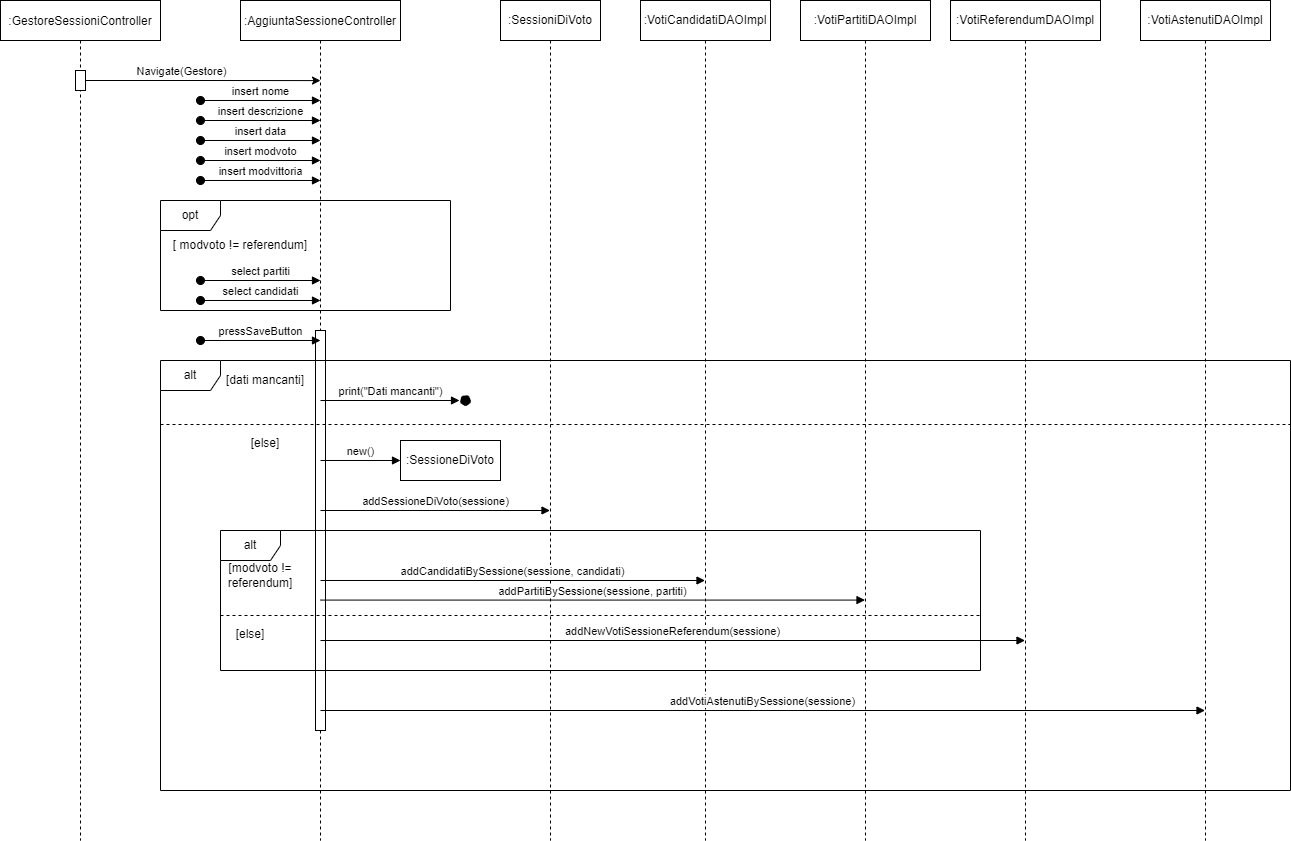
Before: docs/Images Diagrams/SeqDiagram AggiuntaSessione Image.png, a diagram exported from draw.io (gbrsni/votoElettronico). Source tidied: cells renumbered, new cells last; positions are measured from the earlier drawing's top-left corner, leaving out a move shared by most shapes. Its diagram source:
```xml
<mxGraphModel>
  <root>
    <mxCell id="0" />
    <mxCell id="1" parent="0" />
    <mxCell id="2" value=":GestoreSessioniController" style="shape=umlLifeline;perimeter=lifelinePerimeter;rounded=0;shadow=0;strokeWidth=1;" parent="1" vertex="1">
      <mxGeometry width="160" height="840" as="geometry" />
    </mxCell>
    <mxCell id="3" style="points=[];perimeter=orthogonalPerimeter;rounded=0;shadow=0;strokeWidth=1;" parent="2" vertex="1">
      <mxGeometry x="75" y="70" width="10" height="20" as="geometry" />
    </mxCell>
    <mxCell id="4" value=":AggiuntaSessioneController" style="shape=umlLifeline;perimeter=lifelinePerimeter;rounded=0;shadow=0;strokeWidth=1;" parent="1" vertex="1">
      <mxGeometry x="240" width="160" height="840" as="geometry" />
    </mxCell>
    <mxCell id="5" value="insert nome" style="html=1;verticalAlign=bottom;startArrow=oval;startFill=1;endArrow=block;startSize=8;rounded=0;" parent="4" edge="1">
      <mxGeometry relative="1" as="geometry">
        <mxPoint x="-40" y="100" as="sourcePoint" />
        <mxPoint x="80" y="100" as="targetPoint" />
      </mxGeometry>
    </mxCell>
    <mxCell id="6" value="insert descrizione" style="html=1;verticalAlign=bottom;startArrow=oval;startFill=1;endArrow=block;startSize=8;rounded=0;" parent="4" edge="1">
      <mxGeometry relative="1" as="geometry">
        <mxPoint x="-40" y="120" as="sourcePoint" />
        <mxPoint x="80" y="120" as="targetPoint" />
      </mxGeometry>
    </mxCell>
    <mxCell id="7" value="insert data" style="html=1;verticalAlign=bottom;startArrow=oval;startFill=1;endArrow=block;startSize=8;rounded=0;" parent="4" edge="1">
      <mxGeometry relative="1" as="geometry">
        <mxPoint x="-40" y="140" as="sourcePoint" />
        <mxPoint x="80" y="140" as="targetPoint" />
      </mxGeometry>
    </mxCell>
    <mxCell id="8" value="insert modvoto" style="html=1;verticalAlign=bottom;startArrow=oval;startFill=1;endArrow=block;startSize=8;rounded=0;" parent="4" edge="1">
      <mxGeometry relative="1" as="geometry">
        <mxPoint x="-40" y="160" as="sourcePoint" />
        <mxPoint x="80" y="160" as="targetPoint" />
      </mxGeometry>
    </mxCell>
    <mxCell id="9" value="insert modvittoria" style="html=1;verticalAlign=bottom;startArrow=oval;startFill=1;endArrow=block;startSize=8;rounded=0;" parent="4" edge="1">
      <mxGeometry relative="1" as="geometry">
        <mxPoint x="-40" y="180" as="sourcePoint" />
        <mxPoint x="80" y="180" as="targetPoint" />
      </mxGeometry>
    </mxCell>
    <mxCell id="10" style="html=1;perimeter=orthogonalPerimeter;" parent="4" vertex="1">
      <mxGeometry x="75" y="330" width="10" height="400" as="geometry" />
    </mxCell>
    <mxCell id="11" style="edgeStyle=orthogonalEdgeStyle;rounded=0;jettySize=auto;html=1;entryX=0.5;entryY=0.063;entryDx=0;entryDy=0;entryPerimeter=0;" parent="1" edge="1" source="3">
      <mxGeometry relative="1" as="geometry">
        <mxPoint x="320" y="80.1" as="targetPoint" />
      </mxGeometry>
    </mxCell>
    <mxCell id="12" value="Navigate(Gestore)" style="edgeLabel;html=1;align=center;verticalAlign=middle;" parent="11" vertex="1">
      <mxGeometry x="-0.2" y="2" relative="1" as="geometry">
        <mxPoint x="1" y="-8" as="offset" />
      </mxGeometry>
    </mxCell>
    <mxCell id="13" value="opt" style="shape=umlFrame;whiteSpace=wrap;html=1;" parent="1" vertex="1">
      <mxGeometry x="160" y="200" width="290" height="110" as="geometry" />
    </mxCell>
    <mxCell id="14" value="[ modvoto != referendum]" style="text;html=1;strokeColor=none;fillColor=none;align=center;verticalAlign=middle;whiteSpace=wrap;rounded=0;" parent="1" vertex="1">
      <mxGeometry x="170" y="230" width="140" height="30" as="geometry" />
    </mxCell>
    <mxCell id="15" value="select partiti" style="html=1;verticalAlign=bottom;startArrow=oval;startFill=1;endArrow=block;startSize=8;rounded=0;" parent="1" edge="1">
      <mxGeometry relative="1" as="geometry">
        <mxPoint x="200" y="280" as="sourcePoint" />
        <mxPoint x="320" y="280" as="targetPoint" />
      </mxGeometry>
    </mxCell>
    <mxCell id="16" value="select candidati" style="html=1;verticalAlign=bottom;startArrow=oval;startFill=1;endArrow=block;startSize=8;rounded=0;" parent="1" edge="1">
      <mxGeometry relative="1" as="geometry">
        <mxPoint x="200" y="300" as="sourcePoint" />
        <mxPoint x="320" y="300" as="targetPoint" />
      </mxGeometry>
    </mxCell>
    <mxCell id="17" value="pressSaveButton" style="html=1;verticalAlign=bottom;startArrow=oval;startFill=1;endArrow=block;startSize=8;rounded=0;" parent="1" edge="1">
      <mxGeometry relative="1" as="geometry">
        <mxPoint x="200" y="340" as="sourcePoint" />
        <mxPoint x="320" y="340" as="targetPoint" />
      </mxGeometry>
    </mxCell>
    <mxCell id="18" value="alt" style="shape=umlFrame;whiteSpace=wrap;html=1;" parent="1" vertex="1">
      <mxGeometry x="160" y="360" width="1130" height="430" as="geometry" />
    </mxCell>
    <mxCell id="19" value="[dati mancanti]" style="text;html=1;strokeColor=none;fillColor=none;align=center;verticalAlign=middle;whiteSpace=wrap;rounded=0;" parent="1" vertex="1">
      <mxGeometry x="220" y="365" width="90" height="30" as="geometry" />
    </mxCell>
    <mxCell id="20" value="print(&quot;Dati mancanti&quot;)" style="html=1;verticalAlign=bottom;endArrow=block;rounded=0;" parent="1" edge="1">
      <mxGeometry relative="1" as="geometry">
        <mxPoint x="320" y="400" as="sourcePoint" />
        <mxPoint x="459" y="400" as="targetPoint" />
      </mxGeometry>
    </mxCell>
    <mxCell id="21" style="line;strokeWidth=1;fillColor=none;align=left;verticalAlign=middle;spacingTop=-1;spacingLeft=3;spacingRight=3;labelPosition=right;dashed=1;" parent="1" vertex="1">
      <mxGeometry x="160" y="420" width="1130" height="8" as="geometry" />
    </mxCell>
    <mxCell id="22" value="[else]" style="text;html=1;strokeColor=none;fillColor=none;align=center;verticalAlign=middle;whiteSpace=wrap;rounded=0;" parent="1" vertex="1">
      <mxGeometry x="220" y="428" width="90" height="30" as="geometry" />
    </mxCell>
    <mxCell id="23" style="ellipse;whiteSpace=wrap;html=1;dashed=1;fillColor=#000000;" parent="1" vertex="1">
      <mxGeometry x="460" y="395" width="10" height="10" as="geometry" />
    </mxCell>
    <mxCell id="24" value="new()" style="html=1;verticalAlign=bottom;endArrow=block;rounded=0;" parent="1" edge="1">
      <mxGeometry relative="1" as="geometry">
        <mxPoint x="320" y="460" as="sourcePoint" />
        <mxPoint x="400" y="460" as="targetPoint" />
      </mxGeometry>
    </mxCell>
    <mxCell id="25" value=":SessioneDiVoto" style="shape=umlLifeline;perimeter=lifelinePerimeter;whiteSpace=wrap;html=1;fillColor=#FFFFFF;" parent="1" vertex="1">
      <mxGeometry x="400" y="440" width="100" height="40" as="geometry" />
    </mxCell>
    <mxCell id="26" value=":SessioniDiVoto" style="shape=umlLifeline;perimeter=lifelinePerimeter;whiteSpace=wrap;html=1;outlineConnect=0;fillColor=#FFFFFF;" parent="1" vertex="1">
      <mxGeometry x="500" width="100" height="840" as="geometry" />
    </mxCell>
    <mxCell id="27" value="addSessioneDiVoto(sessione)" style="html=1;verticalAlign=bottom;endArrow=block;rounded=0;" parent="1" edge="1" target="26">
      <mxGeometry relative="1" as="geometry">
        <mxPoint x="320" y="510" as="sourcePoint" />
      </mxGeometry>
    </mxCell>
    <mxCell id="28" value="alt" style="shape=umlFrame;whiteSpace=wrap;html=1;fillColor=#FFFFFF;" parent="1" vertex="1">
      <mxGeometry x="220" y="530" width="760" height="140" as="geometry" />
    </mxCell>
    <mxCell id="29" value="[modvoto != referendum]" style="text;html=1;strokeColor=none;fillColor=none;align=center;verticalAlign=middle;whiteSpace=wrap;rounded=0;" parent="1" vertex="1">
      <mxGeometry x="220" y="560" width="80" height="30" as="geometry" />
    </mxCell>
    <mxCell id="30" value=":VotiCandidatiDAOImpl" style="shape=umlLifeline;perimeter=lifelinePerimeter;whiteSpace=wrap;html=1;outlineConnect=0;fillColor=#FFFFFF;" parent="1" vertex="1">
      <mxGeometry x="640" width="130" height="840" as="geometry" />
    </mxCell>
    <mxCell id="31" value="addCandidatiBySessione(sessione, candidati)" style="html=1;verticalAlign=bottom;endArrow=block;rounded=0;" parent="1" edge="1" target="30">
      <mxGeometry relative="1" as="geometry">
        <mxPoint x="320" y="580" as="sourcePoint" />
      </mxGeometry>
    </mxCell>
    <mxCell id="32" value=":VotiPartitiDAOImpl" style="shape=umlLifeline;perimeter=lifelinePerimeter;whiteSpace=wrap;html=1;outlineConnect=0;fillColor=#FFFFFF;" parent="1" vertex="1">
      <mxGeometry x="800" width="130" height="840" as="geometry" />
    </mxCell>
    <mxCell id="33" value="addPartitiBySessione(sessione, partiti)" style="html=1;verticalAlign=bottom;endArrow=block;rounded=0;" parent="1" edge="1" target="32">
      <mxGeometry relative="1" as="geometry">
        <mxPoint x="320" y="599.6" as="sourcePoint" />
      </mxGeometry>
    </mxCell>
    <mxCell id="34" value=":VotiAstenutiDAOImpl" style="shape=umlLifeline;perimeter=lifelinePerimeter;whiteSpace=wrap;html=1;outlineConnect=0;fillColor=#FFFFFF;" parent="1" vertex="1">
      <mxGeometry x="1140" width="130" height="840" as="geometry" />
    </mxCell>
    <mxCell id="35" value="addVotiAstenutiBySessione(sessione)" style="html=1;verticalAlign=bottom;endArrow=block;rounded=0;" parent="1" edge="1" target="34">
      <mxGeometry relative="1" as="geometry">
        <mxPoint x="320" y="710" as="sourcePoint" />
      </mxGeometry>
    </mxCell>
    <mxCell id="36" value="addNewVotiSessioneReferendum(sessione)" style="html=1;verticalAlign=bottom;endArrow=block;rounded=0;" parent="1" edge="1" target="37">
      <mxGeometry relative="1" as="geometry">
        <mxPoint x="320" y="640" as="sourcePoint" />
      </mxGeometry>
    </mxCell>
    <mxCell id="37" value=":VotiReferendumDAOImpl" style="shape=umlLifeline;perimeter=lifelinePerimeter;whiteSpace=wrap;html=1;outlineConnect=0;fillColor=#FFFFFF;" parent="1" vertex="1">
      <mxGeometry x="950" width="150" height="840" as="geometry" />
    </mxCell>
    <mxCell id="38" style="line;strokeWidth=1;fillColor=none;align=left;verticalAlign=middle;spacingTop=-1;spacingLeft=3;spacingRight=3;labelPosition=right;dashed=1;" parent="1" vertex="1">
      <mxGeometry x="220" y="611" width="760" height="8" as="geometry" />
    </mxCell>
    <mxCell id="39" value="[else]" style="text;html=1;strokeColor=none;fillColor=none;align=center;verticalAlign=middle;whiteSpace=wrap;rounded=0;" parent="1" vertex="1">
      <mxGeometry x="180" y="619" width="140" height="30" as="geometry" />
    </mxCell>
  </root>
</mxGraphModel>
```
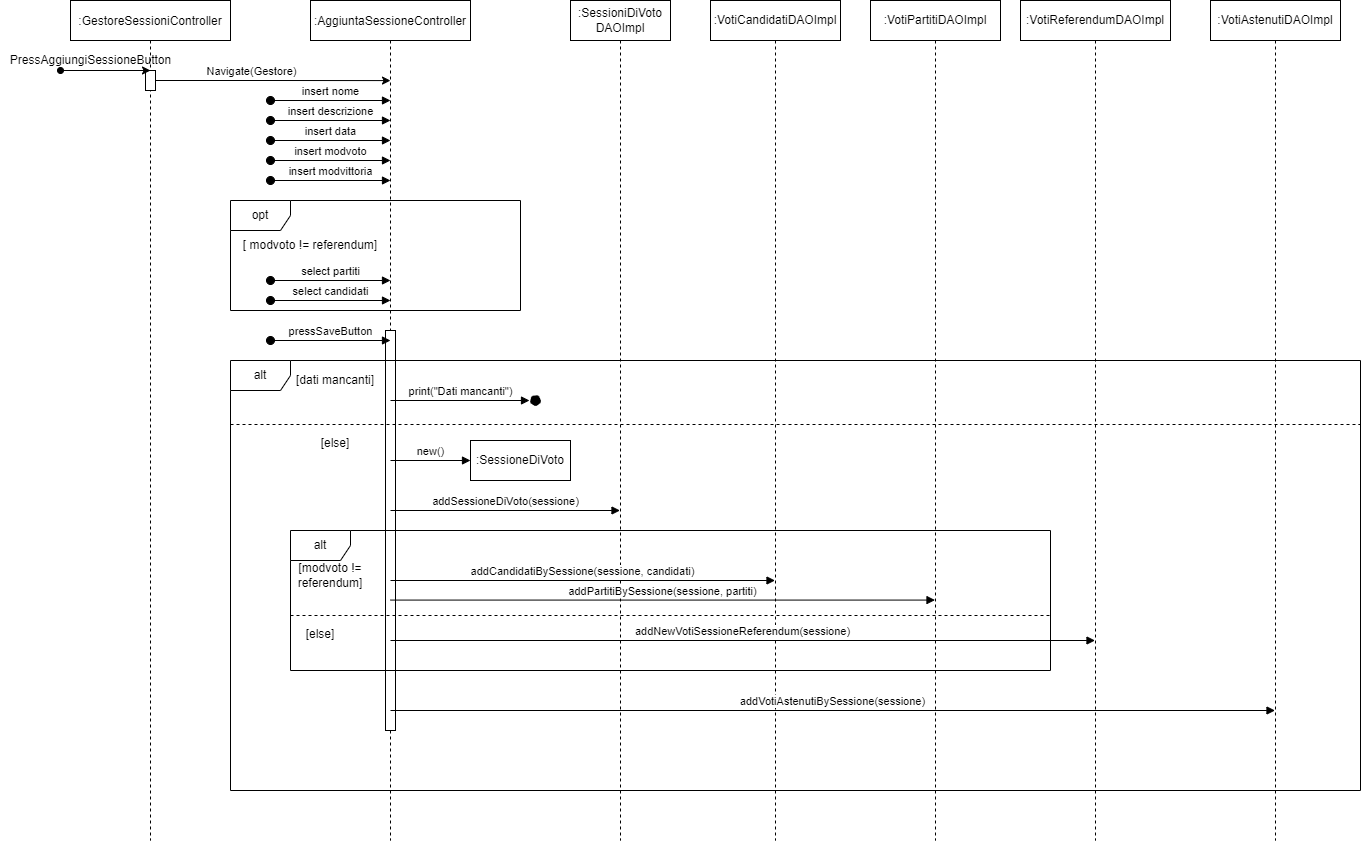
The same file after the commit.

Commit message:
modificata nome di una classe

Diff of the diagram source:
```diff
@@ -108,7 +108,7 @@
     <mxCell id="25" value=":SessioneDiVoto" style="shape=umlLifeline;perimeter=lifelinePerimeter;whiteSpace=wrap;html=1;fillColor=#FFFFFF;" parent="1" vertex="1">
       <mxGeometry x="400" y="440" width="100" height="40" as="geometry" />
     </mxCell>
-    <mxCell id="26" value=":SessioniDiVoto" style="shape=umlLifeline;perimeter=lifelinePerimeter;whiteSpace=wrap;html=1;outlineConnect=0;fillColor=#FFFFFF;" parent="1" vertex="1">
+    <mxCell id="26" value=":SessioniDiVoto&lt;br&gt;DAOImpl" style="shape=umlLifeline;perimeter=lifelinePerimeter;whiteSpace=wrap;html=1;outlineConnect=0;fillColor=#FFFFFF;" parent="1" vertex="1">
       <mxGeometry x="500" width="100" height="840" as="geometry" />
     </mxCell>
     <mxCell id="27" value="addSessioneDiVoto(sessione)" style="html=1;verticalAlign=bottom;endArrow=block;rounded=0;" parent="1" edge="1" target="26">
@@ -160,5 +160,13 @@
     <mxCell id="39" value="[else]" style="text;html=1;strokeColor=none;fillColor=none;align=center;verticalAlign=middle;whiteSpace=wrap;rounded=0;" parent="1" vertex="1">
       <mxGeometry x="180" y="619" width="140" height="30" as="geometry" />
     </mxCell>
+    <mxCell id="40" style="endArrow=classic;html=1;rounded=0;entryX=0.5;entryY=0;entryDx=0;entryDy=0;entryPerimeter=0;startArrow=oval;startFill=1;" parent="1" edge="1" target="3">
+      <mxGeometry relative="1" as="geometry">
+        <mxPoint x="-10" y="70" as="sourcePoint" />
+      </mxGeometry>
+    </mxCell>
+    <mxCell id="41" value="PressAggiungiSessioneButton" style="text;html=1;align=center;verticalAlign=middle;strokeColor=none;fillColor=none;" parent="1" vertex="1">
+      <mxGeometry x="-70" y="50" width="180" height="20" as="geometry" />
+    </mxCell>
   </root>
 </mxGraphModel>
```
